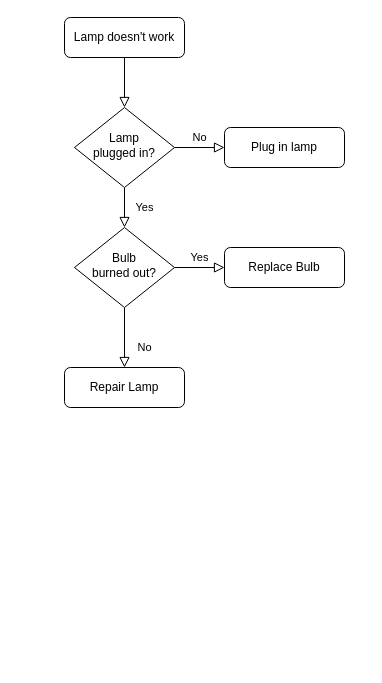
Earlier version of the draw.io diagram Untitled Diagram.drawio (Kirill-Korchagin/cv). Source tidied: cells renumbered, new cells numbered last; positions are measured from the earlier drawing's top-left corner, leaving out a move shared by most shapes. Both pictures are drawn from the tidied source at 100%, with x=0, y=0 at pixel (64, 17).
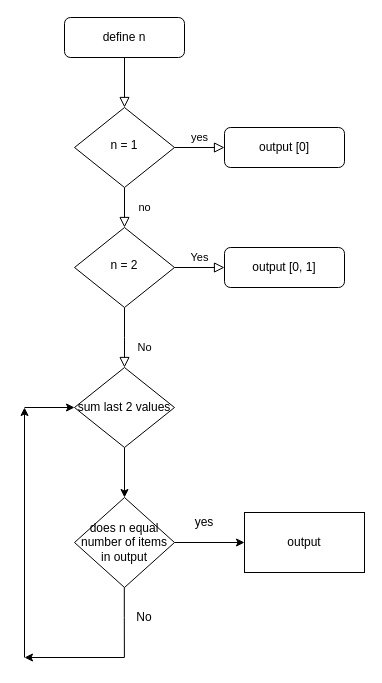
Above is the later version.

Diff of the diagram source:
```diff
@@
-    <mxCell id="3" value="Lamp doesn't work" style="rounded=1;whiteSpace=wrap;html=1;fontSize=12;glass=0;strokeWidth=1;shadow=0;" parent="1" vertex="1">
+    <mxCell id="3" value="define n" style="rounded=1;whiteSpace=wrap;html=1;fontSize=12;glass=0;strokeWidth=1;shadow=0;" parent="1" vertex="1">
       <mxGeometry width="120" height="40" as="geometry" />
     </mxCell>
-    <mxCell id="4" value="Yes" style="rounded=0;html=1;jettySize=auto;fontSize=11;endArrow=block;endFill=0;endSize=8;strokeWidth=1;shadow=0;labelBackgroundColor=none;edgeStyle=orthogonalEdgeStyle;" parent="1" edge="1" source="6" target="10">
+    <mxCell id="4" value="no" style="rounded=0;html=1;jettySize=auto;fontSize=11;endArrow=block;endFill=0;endSize=8;strokeWidth=1;shadow=0;labelBackgroundColor=none;edgeStyle=orthogonalEdgeStyle;" parent="1" edge="1" source="6" target="10">
       <mxGeometry y="20" relative="1" as="geometry" />
     </mxCell>
-    <mxCell id="5" value="No" style="edgeStyle=orthogonalEdgeStyle;rounded=0;html=1;jettySize=auto;fontSize=11;endArrow=block;endFill=0;endSize=8;strokeWidth=1;shadow=0;labelBackgroundColor=none;" parent="1" edge="1" source="6" target="7">
+    <mxCell id="5" value="yes" style="edgeStyle=orthogonalEdgeStyle;rounded=0;html=1;jettySize=auto;fontSize=11;endArrow=block;endFill=0;endSize=8;strokeWidth=1;shadow=0;labelBackgroundColor=none;" parent="1" edge="1" source="6" target="7">
       <mxGeometry y="10" relative="1" as="geometry" />
     </mxCell>
-    <mxCell id="6" value="Lamp&lt;br&gt;plugged in?" style="rhombus;whiteSpace=wrap;html=1;shadow=0;fontFamily=Helvetica;fontSize=12;align=center;strokeWidth=1;spacing=6;spacingTop=-4;" parent="1" vertex="1">
+    <mxCell id="6" value="n = 1" style="rhombus;whiteSpace=wrap;html=1;shadow=0;fontFamily=Helvetica;fontSize=12;align=center;strokeWidth=1;spacing=6;spacingTop=-4;" parent="1" vertex="1">
       <mxGeometry x="10" y="90" width="100" height="80" as="geometry" />
     </mxCell>
-    <mxCell id="7" value="Plug in lamp" style="rounded=1;whiteSpace=wrap;html=1;fontSize=12;glass=0;strokeWidth=1;shadow=0;" parent="1" vertex="1">
+    <mxCell id="7" value="output [0]" style="rounded=1;whiteSpace=wrap;html=1;fontSize=12;glass=0;strokeWidth=1;shadow=0;" parent="1" vertex="1">
       <mxGeometry x="160" y="110" width="120" height="40" as="geometry" />
     </mxCell>
-    <mxCell id="8" value="No" style="rounded=0;html=1;jettySize=auto;fontSize=11;endArrow=block;endFill=0;endSize=8;strokeWidth=1;shadow=0;labelBackgroundColor=none;edgeStyle=orthogonalEdgeStyle;" parent="1" edge="1" source="10" target="11">
-      <mxGeometry x="0.33" y="20" relative="1" as="geometry" />
+    <mxCell id="8" value="No" style="rounded=0;html=1;jettySize=auto;fontSize=11;endArrow=block;endFill=0;endSize=8;strokeWidth=1;shadow=0;labelBackgroundColor=none;edgeStyle=orthogonalEdgeStyle;" parent="1" edge="1" source="10">
+      <mxGeometry x="0.33" y="20" relative="1" as="geometry">
+        <mxPoint x="60" y="350" as="targetPoint" />
+      </mxGeometry>
     </mxCell>
@@
-    <mxCell id="10" value="Bulb&lt;br&gt;burned out?" style="rhombus;whiteSpace=wrap;html=1;shadow=0;fontFamily=Helvetica;fontSize=12;align=center;strokeWidth=1;spacing=6;spacingTop=-4;" parent="1" vertex="1">
+    <mxCell id="10" value="n = 2" style="rhombus;whiteSpace=wrap;html=1;shadow=0;fontFamily=Helvetica;fontSize=12;align=center;strokeWidth=1;spacing=6;spacingTop=-4;" parent="1" vertex="1">
       <mxGeometry x="10" y="210" width="100" height="80" as="geometry" />
     </mxCell>
-    <mxCell id="11" value="Repair Lamp" style="rounded=1;whiteSpace=wrap;html=1;fontSize=12;glass=0;strokeWidth=1;shadow=0;" parent="1" vertex="1">
-      <mxGeometry y="350" width="120" height="40" as="geometry" />
-    </mxCell>
-    <mxCell id="12" value="Replace Bulb" style="rounded=1;whiteSpace=wrap;html=1;fontSize=12;glass=0;strokeWidth=1;shadow=0;" parent="1" vertex="1">
+    <mxCell id="12" value="output [0, 1]" style="rounded=1;whiteSpace=wrap;html=1;fontSize=12;glass=0;strokeWidth=1;shadow=0;" parent="1" vertex="1">
       <mxGeometry x="160" y="230" width="120" height="40" as="geometry" />
     </mxCell>
+    <mxCell id="13" style="edgeStyle=orthogonalEdgeStyle;rounded=0;jettySize=auto;html=1;" parent="1" edge="1" source="14" target="16">
+      <mxGeometry relative="1" as="geometry" />
+    </mxCell>
+    <mxCell id="14" value="sum last 2 values" style="rhombus;whiteSpace=wrap;html=1;" parent="1" vertex="1">
+      <mxGeometry x="10" y="350" width="100" height="80" as="geometry" />
+    </mxCell>
+    <mxCell id="15" style="edgeStyle=orthogonalEdgeStyle;rounded=0;jettySize=auto;html=1;" parent="1" edge="1" source="16" target="17">
+      <mxGeometry relative="1" as="geometry" />
+    </mxCell>
+    <mxCell id="16" value="does n equal number of items in output" style="rhombus;whiteSpace=wrap;html=1;" parent="1" vertex="1">
+      <mxGeometry x="10" y="480" width="100" height="90" as="geometry" />
+    </mxCell>
+    <mxCell id="17" value="output" style="whiteSpace=wrap;html=1;" parent="1" vertex="1">
+      <mxGeometry x="180" y="495" width="120" height="60" as="geometry" />
+    </mxCell>
+    <mxCell id="18" value="yes" style="text;html=1;strokeColor=none;fillColor=none;align=center;verticalAlign=middle;whiteSpace=wrap;rounded=0;" parent="1" vertex="1">
+      <mxGeometry x="120" y="495" width="40" height="20" as="geometry" />
+    </mxCell>
+    <mxCell id="19" style="edgeStyle=orthogonalEdgeStyle;rounded=0;orthogonalLoop=1;jettySize=auto;html=1;" parent="1" edge="1">
+      <mxGeometry relative="1" as="geometry">
+        <mxPoint x="59.8" y="570" as="sourcePoint" />
+        <mxPoint x="-40" y="640" as="targetPoint" />
+        <Array as="points">
+          <mxPoint x="59.9" y="600" />
+          <mxPoint x="59.9" y="600" />
+        </Array>
+      </mxGeometry>
+    </mxCell>
+    <mxCell id="20" style="endArrow=classic;html=1;" parent="1" edge="1">
+      <mxGeometry relative="1" as="geometry">
+        <mxPoint x="-40" y="640" as="sourcePoint" />
+        <mxPoint x="-40" y="390" as="targetPoint" />
+      </mxGeometry>
+    </mxCell>
+    <mxCell id="21" style="endArrow=classic;html=1;" parent="1" edge="1">
+      <mxGeometry relative="1" as="geometry">
+        <mxPoint x="-40" y="390" as="sourcePoint" />
+        <mxPoint x="10" y="390" as="targetPoint" />
+      </mxGeometry>
+    </mxCell>
+    <mxCell id="22" value="No" style="text;html=1;strokeColor=none;fillColor=none;align=center;verticalAlign=middle;whiteSpace=wrap;rounded=0;" parent="1" vertex="1">
+      <mxGeometry x="60" y="590" width="40" height="20" as="geometry" />
+    </mxCell>
```
